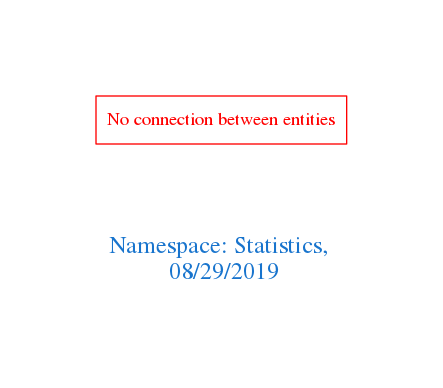
arago/OGIT keeps this Graphviz diagram as downloads/Statistics.png. Above is the earlier version. Its source is kept beside it as downloads/Statistics.dot.
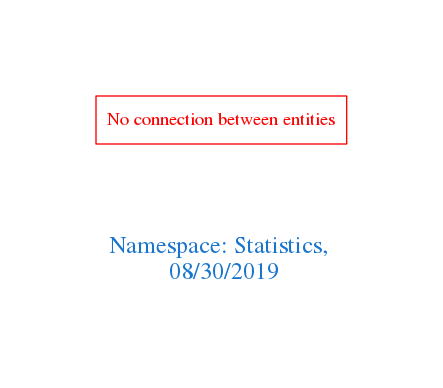
The same diagram one commit later.

What changed in the source:
```diff
@@ -1,7 +1,7 @@
 digraph OGIT_ontology {
  graph [ rankdir= LR,pad=1
 fontsize = 18,
-fontcolor= dodgerblue3,label = "\n\n\nNamespace: Statistics, \n 08/29/2019"];
+fontcolor= dodgerblue3,label = "\n\n\nNamespace: Statistics, \n 08/30/2019"];
 node[shape=polygon];
 edge [  color="gray81"];
 
```
